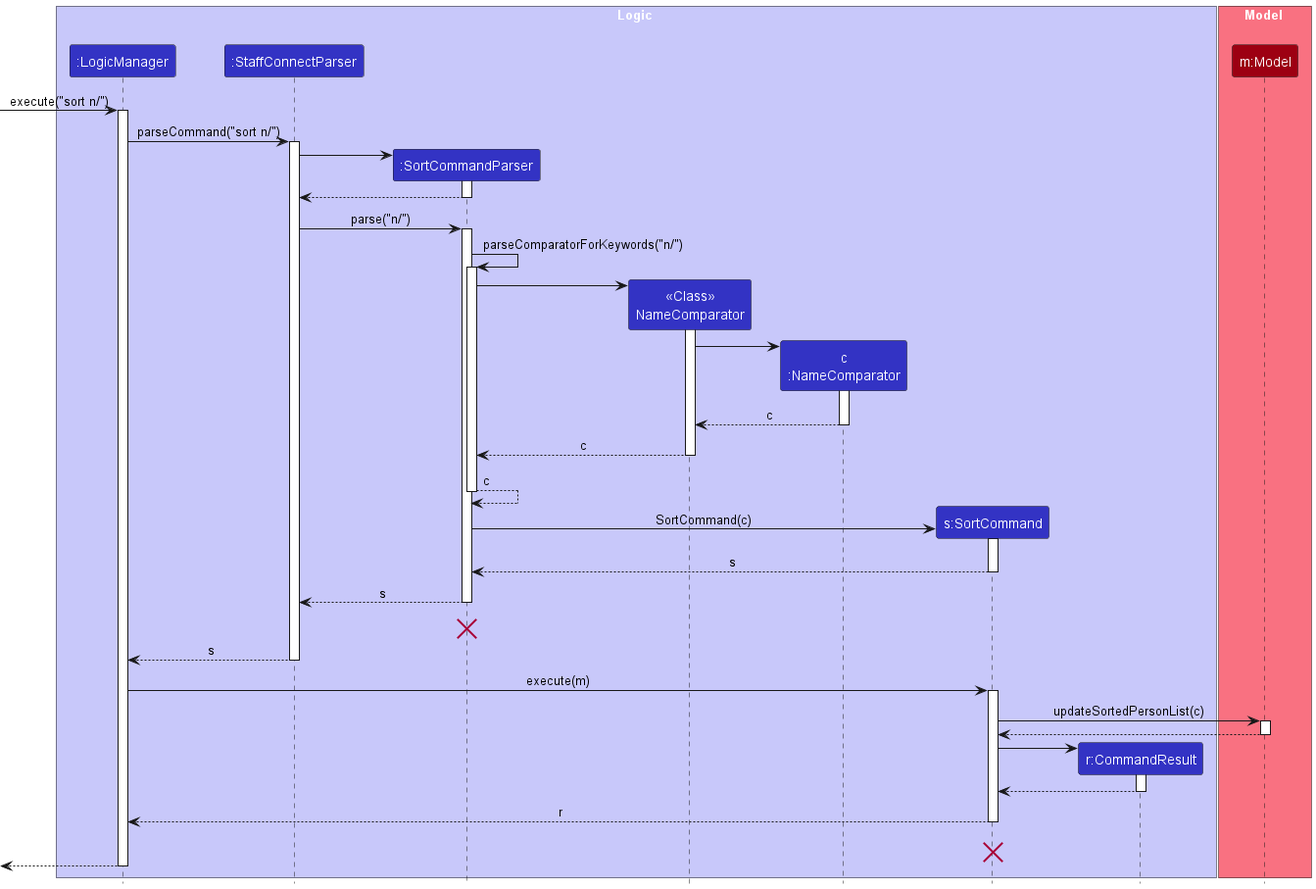
The PlantUML diagram docs/images/SortSequenceDiagram.png in whitesnowx/tp, before a commit.
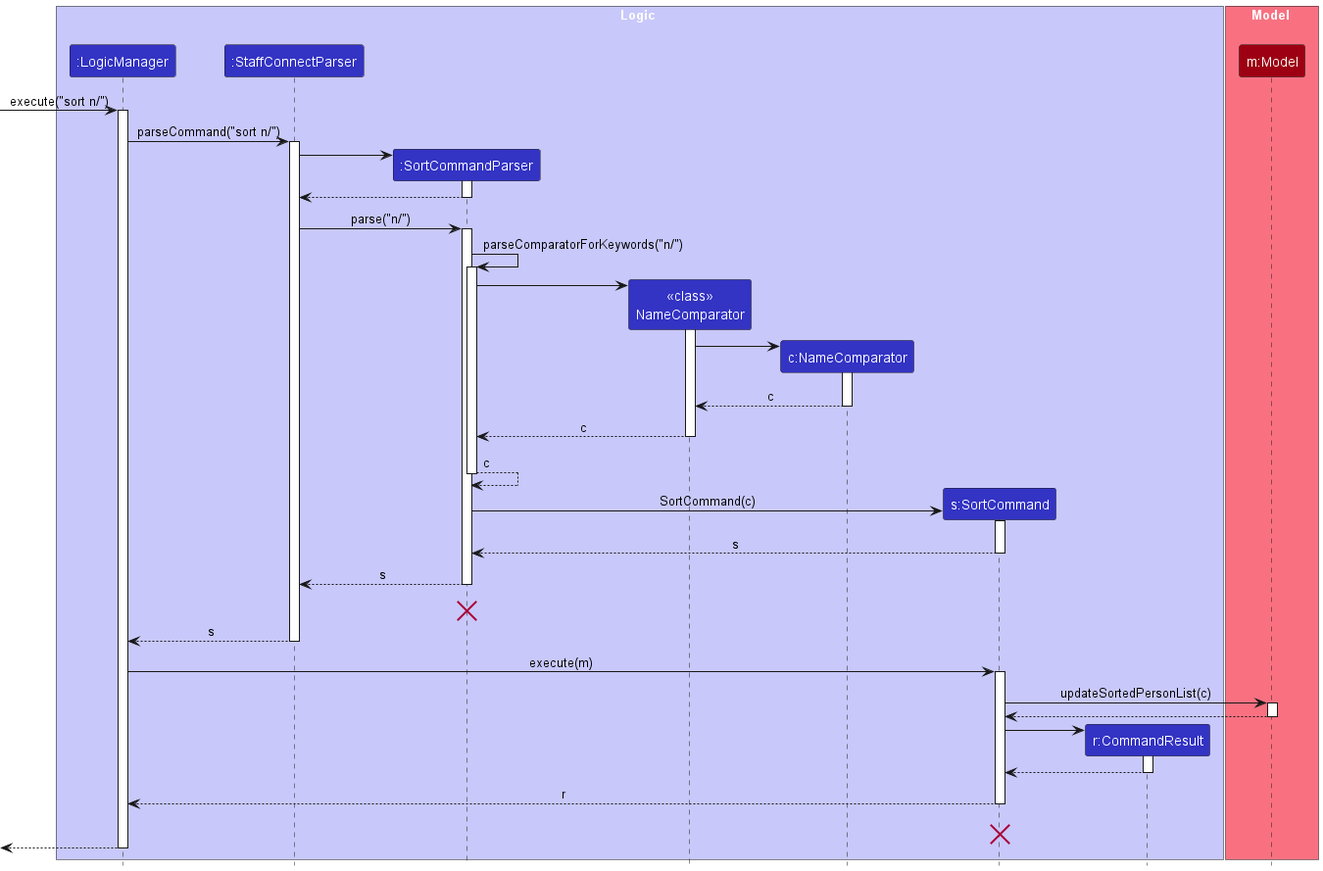
After the change.

Change to the diagram source:
```diff
@@ -7,8 +7,8 @@
 participant ":LogicManager" as LogicManager LOGIC_COLOR
 participant ":StaffConnectParser" as StaffConnectParser LOGIC_COLOR
 participant ":SortCommandParser" as SortCommandParser LOGIC_COLOR
-participant "<<Class>>\nNameComparator" as NameComparator LOGIC_COLOR
-participant "c\n:NameComparator" as NAME_COMPARATOR LOGIC_COLOR
+participant "<<class>>\nNameComparator" as NameComparator LOGIC_COLOR
+participant "c:NameComparator" as NAME_COMPARATOR LOGIC_COLOR
 participant "s:SortCommand" as SortCommand LOGIC_COLOR
 participant "r:CommandResult" as CommandResult LOGIC_COLOR
 end box
```
